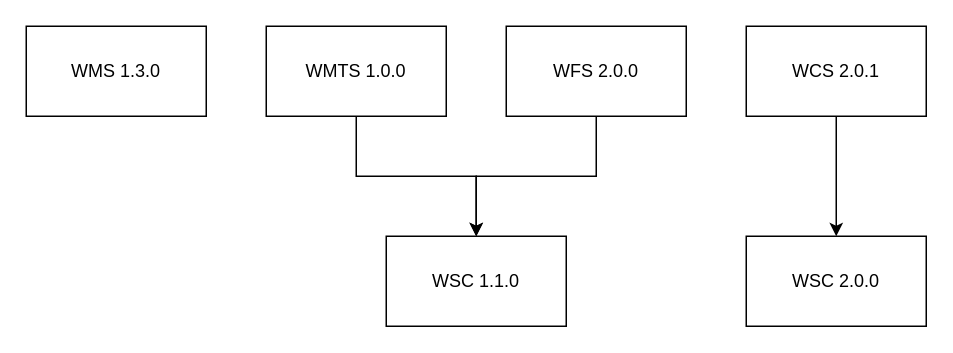
Before: page "Relations" (2 of 2) of images/layout.drawio in PDOK/ogc-specifications, a draw.io diagram. Source tidied: cells renumbered, new cells numbered last; positions are measured from the earlier drawing's top-left corner, leaving out a move shared by most shapes. Both pictures are drawn from the tidied source at 150%, with x=0, y=0 at pixel (26, 26).
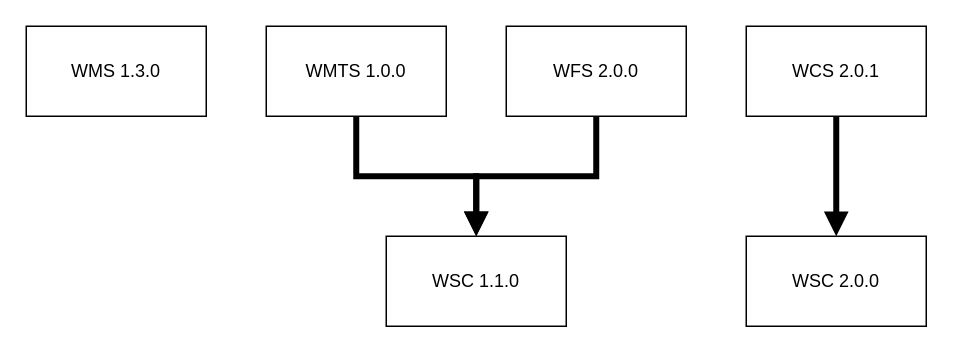
The same page after the edit.

What changed in the source:
```diff
@@
 <mxGraphModel>
   <root>
     <mxCell id="0" />
     <mxCell id="1" parent="0" />
     <mxCell id="2" value="WMS 1.3.0" style="whiteSpace=wrap;html=1;" parent="1" vertex="1">
       <mxGeometry width="120" height="60" as="geometry" />
     </mxCell>
-    <mxCell id="3" style="edgeStyle=orthogonalEdgeStyle;rounded=0;jettySize=auto;html=1;exitX=0.5;exitY=1;exitDx=0;exitDy=0;entryX=0.5;entryY=0;entryDx=0;entryDy=0;" parent="1" edge="1" source="4" target="9">
+    <mxCell id="3" style="edgeStyle=orthogonalEdgeStyle;rounded=0;jettySize=auto;html=1;exitX=0.5;exitY=1;exitDx=0;exitDy=0;entryX=0.5;entryY=0;entryDx=0;entryDy=0;strokeWidth=4;endArrow=block;endFill=1;" parent="1" edge="1" source="4" target="9">
       <mxGeometry relative="1" as="geometry" />
     </mxCell>
     <mxCell id="4" value="WMTS 1.0.0" style="whiteSpace=wrap;html=1;" parent="1" vertex="1">
       <mxGeometry x="160" width="120" height="60" as="geometry" />
     </mxCell>
-    <mxCell id="5" style="edgeStyle=orthogonalEdgeStyle;rounded=0;jettySize=auto;html=1;exitX=0.5;exitY=1;exitDx=0;exitDy=0;entryX=0.5;entryY=0;entryDx=0;entryDy=0;" parent="1" edge="1" source="6" target="9">
+    <mxCell id="5" style="edgeStyle=orthogonalEdgeStyle;rounded=0;jettySize=auto;html=1;exitX=0.5;exitY=1;exitDx=0;exitDy=0;entryX=0.5;entryY=0;entryDx=0;entryDy=0;strokeWidth=4;endArrow=block;endFill=1;" parent="1" edge="1" source="6" target="9">
       <mxGeometry relative="1" as="geometry" />
     </mxCell>
     <mxCell id="6" value="WFS 2.0.0" style="whiteSpace=wrap;html=1;" parent="1" vertex="1">
       <mxGeometry x="320" width="120" height="60" as="geometry" />
     </mxCell>
-    <mxCell id="7" style="edgeStyle=orthogonalEdgeStyle;rounded=0;jettySize=auto;html=1;exitX=0.5;exitY=1;exitDx=0;exitDy=0;entryX=0.5;entryY=0;entryDx=0;entryDy=0;" parent="1" edge="1" source="8" target="10">
+    <mxCell id="7" style="edgeStyle=orthogonalEdgeStyle;rounded=0;jettySize=auto;html=1;exitX=0.5;exitY=1;exitDx=0;exitDy=0;entryX=0.5;entryY=0;entryDx=0;entryDy=0;strokeWidth=4;endArrow=block;endFill=1;" parent="1" edge="1" source="8" target="10">
       <mxGeometry relative="1" as="geometry" />
     </mxCell>
     <mxCell id="8" value="WCS 2.0.1" style="whiteSpace=wrap;html=1;" parent="1" vertex="1">
       <mxGeometry x="480" width="120" height="60" as="geometry" />
     </mxCell>
     <mxCell id="9" value="WSC 1.1.0" style="whiteSpace=wrap;html=1;" parent="1" vertex="1">
       <mxGeometry x="240" y="140" width="120" height="60" as="geometry" />
     </mxCell>
     <mxCell id="10" value="WSC 2.0.0" style="whiteSpace=wrap;html=1;" parent="1" vertex="1">
       <mxGeometry x="480" y="140" width="120" height="60" as="geometry" />
     </mxCell>
   </root>
 </mxGraphModel>
```
